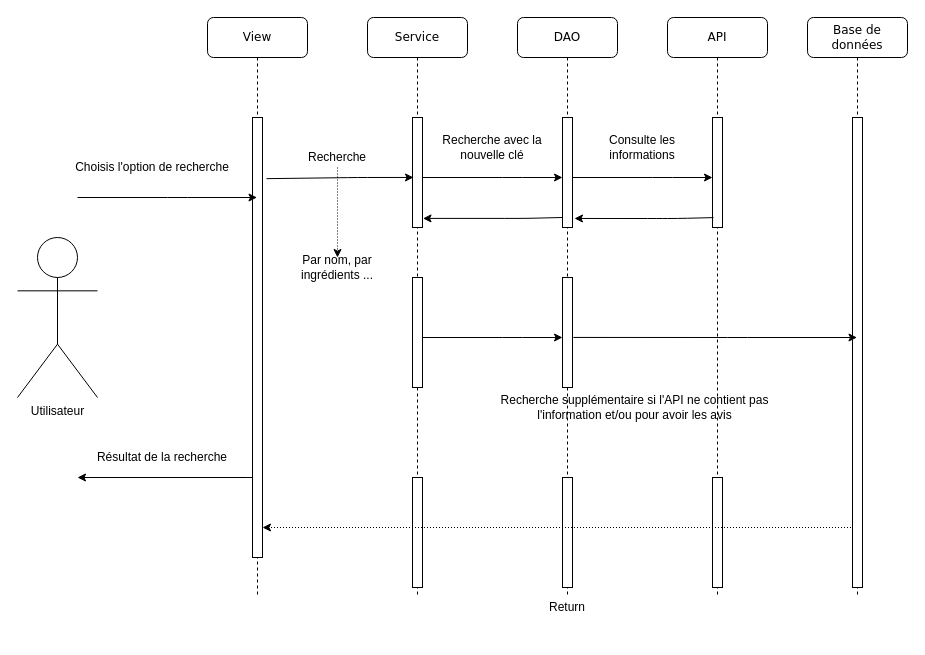
This is Untitled Diagram.drawio from wahib299/ProjetInfo2A, a draw.io file, before an edit. Source tidied: cells renumbered, new cells numbered last; positions are measured from the earlier drawing's top-left corner, leaving out a move shared by most shapes. Both pictures are drawn from the tidied source at 100%, with x=0, y=0 at pixel (17, 17).
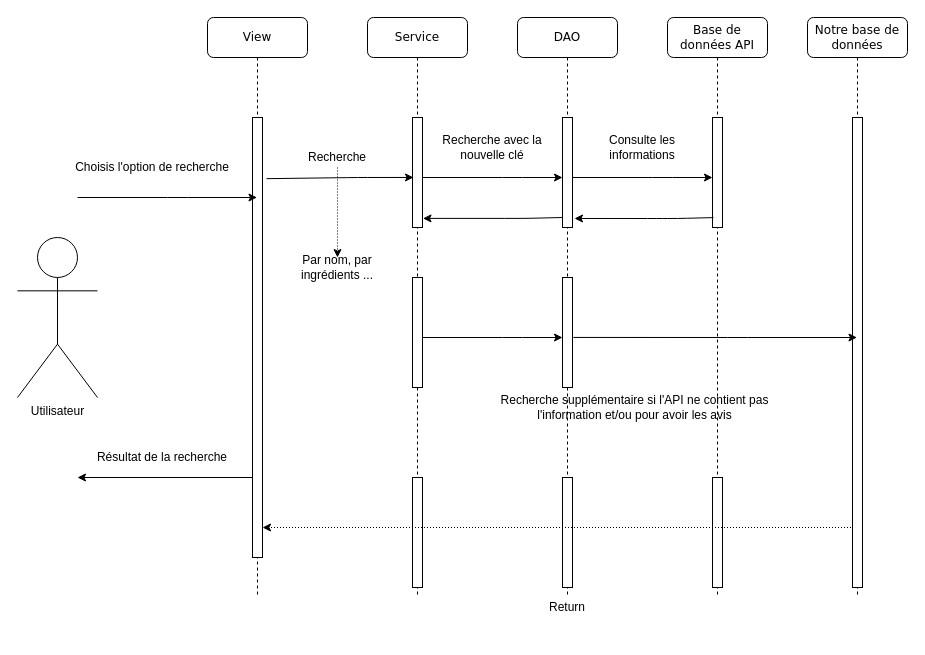
The same page after the edit.

The edit, as a diff of the source:
```diff
@@
-    <mxCell id="13" value="API" style="shape=umlLifeline;perimeter=lifelinePerimeter;whiteSpace=wrap;html=1;rounded=1;shadow=0;comic=0;labelBackgroundColor=none;strokeWidth=1;fontFamily=Verdana;fontSize=12;align=center;" parent="1" vertex="1">
+    <mxCell id="13" value="Base de données API" style="shape=umlLifeline;perimeter=lifelinePerimeter;whiteSpace=wrap;html=1;rounded=1;shadow=0;comic=0;labelBackgroundColor=none;strokeWidth=1;fontFamily=Verdana;fontSize=12;align=center;" parent="1" vertex="1">
       <mxGeometry x="650" width="100" height="580" as="geometry" />
     </mxCell>
@@
-    <mxCell id="28" value="Base de données" style="shape=umlLifeline;perimeter=lifelinePerimeter;whiteSpace=wrap;html=1;outlineConnect=0;rounded=1;shadow=0;comic=0;labelBackgroundColor=none;strokeWidth=1;fontFamily=Verdana;fontSize=12;align=center;" parent="1" vertex="1">
+    <mxCell id="28" value="Notre base de données" style="shape=umlLifeline;perimeter=lifelinePerimeter;whiteSpace=wrap;html=1;outlineConnect=0;rounded=1;shadow=0;comic=0;labelBackgroundColor=none;strokeWidth=1;fontFamily=Verdana;fontSize=12;align=center;" parent="1" vertex="1">
       <mxGeometry x="790" width="100" height="580" as="geometry" />
     </mxCell>
```
